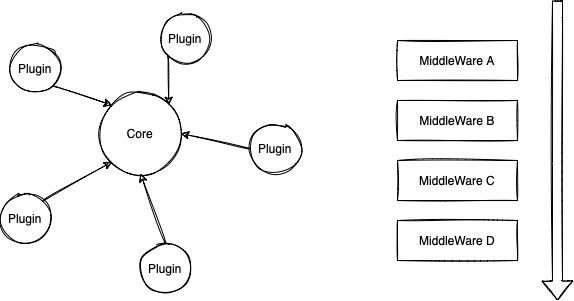
Above: express Diagram.drawio.png in chankamlam/demo (draw.io), before the change. Source tidied: cells renumbered, new cells last; positions are measured from the earlier drawing's top-left corner, leaving out a move shared by most shapes. Its diagram source:
```xml
<mxGraphModel>
  <root>
    <mxCell id="0" />
    <mxCell id="1" parent="0" />
    <mxCell id="2" value="Core" style="ellipse;whiteSpace=wrap;html=1;sketch=1;rounded=0;" parent="1" vertex="1">
      <mxGeometry x="100" y="93" width="80" height="80" as="geometry" />
    </mxCell>
    <mxCell id="3" value="Plugin" style="ellipse;whiteSpace=wrap;html=1;sketch=1;rounded=0;" parent="1" vertex="1">
      <mxGeometry x="10" y="43" width="50" height="50" as="geometry" />
    </mxCell>
    <mxCell id="4" value="Plugin" style="ellipse;whiteSpace=wrap;html=1;sketch=1;rounded=0;" parent="1" vertex="1">
      <mxGeometry x="160" y="13" width="50" height="50" as="geometry" />
    </mxCell>
    <mxCell id="5" value="Plugin" style="ellipse;whiteSpace=wrap;html=1;sketch=1;rounded=0;" parent="1" vertex="1">
      <mxGeometry y="193" width="50" height="50" as="geometry" />
    </mxCell>
    <mxCell id="6" value="Plugin" style="ellipse;whiteSpace=wrap;html=1;sketch=1;rounded=0;" parent="1" vertex="1">
      <mxGeometry x="140" y="243" width="50" height="50" as="geometry" />
    </mxCell>
    <mxCell id="7" value="Plugin" style="ellipse;whiteSpace=wrap;html=1;sketch=1;rounded=0;" parent="1" vertex="1">
      <mxGeometry x="250" y="123" width="50" height="50" as="geometry" />
    </mxCell>
    <mxCell id="8" style="endArrow=classic;html=1;rounded=0;exitX=0;exitY=1;exitDx=0;exitDy=0;entryX=1;entryY=0;entryDx=0;entryDy=0;sketch=1;curved=1;" parent="1" edge="1" source="4" target="2">
      <mxGeometry relative="1" as="geometry" />
    </mxCell>
    <mxCell id="9" style="endArrow=classic;html=1;rounded=0;exitX=1;exitY=1;exitDx=0;exitDy=0;entryX=0;entryY=0;entryDx=0;entryDy=0;sketch=1;curved=1;" parent="1" edge="1" source="3" target="2">
      <mxGeometry relative="1" as="geometry" />
    </mxCell>
    <mxCell id="10" style="endArrow=classic;html=1;rounded=0;exitX=0;exitY=0.5;exitDx=0;exitDy=0;entryX=1;entryY=0.5;entryDx=0;entryDy=0;sketch=1;curved=1;" parent="1" edge="1" source="7" target="2">
      <mxGeometry relative="1" as="geometry" />
    </mxCell>
    <mxCell id="11" style="endArrow=classic;html=1;rounded=0;exitX=1;exitY=0;exitDx=0;exitDy=0;entryX=0;entryY=1;entryDx=0;entryDy=0;sketch=1;curved=1;" parent="1" edge="1" source="5" target="2">
      <mxGeometry relative="1" as="geometry" />
    </mxCell>
    <mxCell id="12" style="endArrow=classic;html=1;rounded=0;exitX=0.5;exitY=0;exitDx=0;exitDy=0;entryX=0.5;entryY=1;entryDx=0;entryDy=0;sketch=1;curved=1;" parent="1" edge="1" source="6" target="2">
      <mxGeometry relative="1" as="geometry" />
    </mxCell>
    <mxCell id="13" value="MiddleWare A" style="rounded=0;whiteSpace=wrap;html=1;sketch=1;" parent="1" vertex="1">
      <mxGeometry x="397" y="40" width="120" height="40" as="geometry" />
    </mxCell>
    <mxCell id="14" value="MiddleWare B" style="rounded=0;whiteSpace=wrap;html=1;sketch=1;" parent="1" vertex="1">
      <mxGeometry x="397" y="100" width="120" height="40" as="geometry" />
    </mxCell>
    <mxCell id="15" value="MiddleWare C" style="rounded=0;whiteSpace=wrap;html=1;sketch=1;" parent="1" vertex="1">
      <mxGeometry x="397" y="160" width="120" height="40" as="geometry" />
    </mxCell>
    <mxCell id="16" value="MiddleWare D" style="rounded=0;whiteSpace=wrap;html=1;sketch=1;" parent="1" vertex="1">
      <mxGeometry x="397" y="220" width="120" height="40" as="geometry" />
    </mxCell>
    <mxCell id="17" style="shape=flexArrow;endArrow=classic;html=1;sketch=1;curved=1;" parent="1" edge="1">
      <mxGeometry relative="1" as="geometry">
        <mxPoint x="557" as="sourcePoint" />
        <mxPoint x="557" y="300" as="targetPoint" />
      </mxGeometry>
    </mxCell>
  </root>
</mxGraphModel>
```
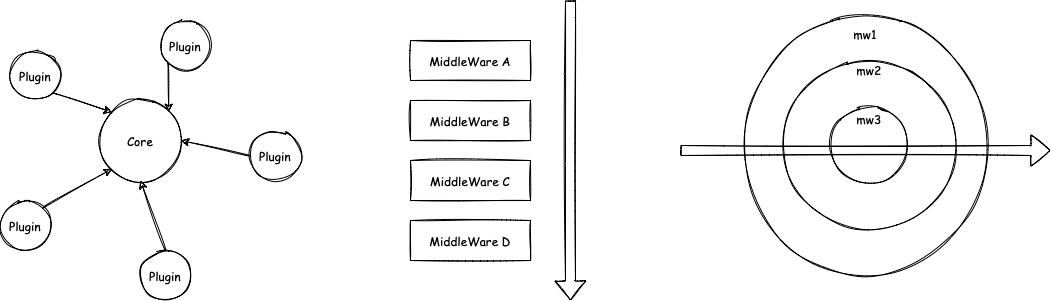
After the commit.

The edit, as a diff of the source:
```diff
@@ -2,56 +2,71 @@
   <root>
     <mxCell id="0" />
     <mxCell id="1" parent="0" />
-    <mxCell id="2" value="Core" style="ellipse;whiteSpace=wrap;html=1;sketch=1;rounded=0;" parent="1" vertex="1">
+    <mxCell id="2" value="Core" style="ellipse;whiteSpace=wrap;html=1;sketch=1;rounded=0;fontFamily=Comic Sans MS;" parent="1" vertex="1">
       <mxGeometry x="100" y="93" width="80" height="80" as="geometry" />
     </mxCell>
-    <mxCell id="3" value="Plugin" style="ellipse;whiteSpace=wrap;html=1;sketch=1;rounded=0;" parent="1" vertex="1">
+    <mxCell id="3" value="Plugin" style="ellipse;whiteSpace=wrap;html=1;sketch=1;rounded=0;fontFamily=Comic Sans MS;" parent="1" vertex="1">
       <mxGeometry x="10" y="43" width="50" height="50" as="geometry" />
     </mxCell>
-    <mxCell id="4" value="Plugin" style="ellipse;whiteSpace=wrap;html=1;sketch=1;rounded=0;" parent="1" vertex="1">
+    <mxCell id="4" value="Plugin" style="ellipse;whiteSpace=wrap;html=1;sketch=1;rounded=0;fontFamily=Comic Sans MS;" parent="1" vertex="1">
       <mxGeometry x="160" y="13" width="50" height="50" as="geometry" />
     </mxCell>
-    <mxCell id="5" value="Plugin" style="ellipse;whiteSpace=wrap;html=1;sketch=1;rounded=0;" parent="1" vertex="1">
+    <mxCell id="5" value="Plugin" style="ellipse;whiteSpace=wrap;html=1;sketch=1;rounded=0;fontFamily=Comic Sans MS;" parent="1" vertex="1">
       <mxGeometry y="193" width="50" height="50" as="geometry" />
     </mxCell>
-    <mxCell id="6" value="Plugin" style="ellipse;whiteSpace=wrap;html=1;sketch=1;rounded=0;" parent="1" vertex="1">
+    <mxCell id="6" value="Plugin" style="ellipse;whiteSpace=wrap;html=1;sketch=1;rounded=0;fontFamily=Comic Sans MS;" parent="1" vertex="1">
       <mxGeometry x="140" y="243" width="50" height="50" as="geometry" />
     </mxCell>
-    <mxCell id="7" value="Plugin" style="ellipse;whiteSpace=wrap;html=1;sketch=1;rounded=0;" parent="1" vertex="1">
+    <mxCell id="7" value="Plugin" style="ellipse;whiteSpace=wrap;html=1;sketch=1;rounded=0;fontFamily=Comic Sans MS;" parent="1" vertex="1">
       <mxGeometry x="250" y="123" width="50" height="50" as="geometry" />
     </mxCell>
-    <mxCell id="8" style="endArrow=classic;html=1;rounded=0;exitX=0;exitY=1;exitDx=0;exitDy=0;entryX=1;entryY=0;entryDx=0;entryDy=0;sketch=1;curved=1;" parent="1" edge="1" source="4" target="2">
+    <mxCell id="8" style="endArrow=classic;html=1;rounded=0;exitX=0;exitY=1;exitDx=0;exitDy=0;entryX=1;entryY=0;entryDx=0;entryDy=0;sketch=1;curved=1;fontFamily=Comic Sans MS;" parent="1" edge="1" source="4" target="2">
       <mxGeometry relative="1" as="geometry" />
     </mxCell>
-    <mxCell id="9" style="endArrow=classic;html=1;rounded=0;exitX=1;exitY=1;exitDx=0;exitDy=0;entryX=0;entryY=0;entryDx=0;entryDy=0;sketch=1;curved=1;" parent="1" edge="1" source="3" target="2">
+    <mxCell id="9" style="endArrow=classic;html=1;rounded=0;exitX=1;exitY=1;exitDx=0;exitDy=0;entryX=0;entryY=0;entryDx=0;entryDy=0;sketch=1;curved=1;fontFamily=Comic Sans MS;" parent="1" edge="1" source="3" target="2">
       <mxGeometry relative="1" as="geometry" />
     </mxCell>
-    <mxCell id="10" style="endArrow=classic;html=1;rounded=0;exitX=0;exitY=0.5;exitDx=0;exitDy=0;entryX=1;entryY=0.5;entryDx=0;entryDy=0;sketch=1;curved=1;" parent="1" edge="1" source="7" target="2">
+    <mxCell id="10" style="endArrow=classic;html=1;rounded=0;exitX=0;exitY=0.5;exitDx=0;exitDy=0;entryX=1;entryY=0.5;entryDx=0;entryDy=0;sketch=1;curved=1;fontFamily=Comic Sans MS;" parent="1" edge="1" source="7" target="2">
       <mxGeometry relative="1" as="geometry" />
     </mxCell>
-    <mxCell id="11" style="endArrow=classic;html=1;rounded=0;exitX=1;exitY=0;exitDx=0;exitDy=0;entryX=0;entryY=1;entryDx=0;entryDy=0;sketch=1;curved=1;" parent="1" edge="1" source="5" target="2">
+    <mxCell id="11" style="endArrow=classic;html=1;rounded=0;exitX=1;exitY=0;exitDx=0;exitDy=0;entryX=0;entryY=1;entryDx=0;entryDy=0;sketch=1;curved=1;fontFamily=Comic Sans MS;" parent="1" edge="1" source="5" target="2">
       <mxGeometry relative="1" as="geometry" />
     </mxCell>
-    <mxCell id="12" style="endArrow=classic;html=1;rounded=0;exitX=0.5;exitY=0;exitDx=0;exitDy=0;entryX=0.5;entryY=1;entryDx=0;entryDy=0;sketch=1;curved=1;" parent="1" edge="1" source="6" target="2">
+    <mxCell id="12" style="endArrow=classic;html=1;rounded=0;exitX=0.5;exitY=0;exitDx=0;exitDy=0;entryX=0.5;entryY=1;entryDx=0;entryDy=0;sketch=1;curved=1;fontFamily=Comic Sans MS;" parent="1" edge="1" source="6" target="2">
       <mxGeometry relative="1" as="geometry" />
     </mxCell>
-    <mxCell id="13" value="MiddleWare A" style="rounded=0;whiteSpace=wrap;html=1;sketch=1;" parent="1" vertex="1">
-      <mxGeometry x="397" y="40" width="120" height="40" as="geometry" />
+    <mxCell id="13" value="MiddleWare A" style="rounded=0;whiteSpace=wrap;html=1;sketch=1;fontFamily=Comic Sans MS;" parent="1" vertex="1">
+      <mxGeometry x="410" y="33" width="120" height="40" as="geometry" />
     </mxCell>
-    <mxCell id="14" value="MiddleWare B" style="rounded=0;whiteSpace=wrap;html=1;sketch=1;" parent="1" vertex="1">
-      <mxGeometry x="397" y="100" width="120" height="40" as="geometry" />
+    <mxCell id="14" value="MiddleWare B" style="rounded=0;whiteSpace=wrap;html=1;sketch=1;fontFamily=Comic Sans MS;" parent="1" vertex="1">
+      <mxGeometry x="410" y="93" width="120" height="40" as="geometry" />
     </mxCell>
-    <mxCell id="15" value="MiddleWare C" style="rounded=0;whiteSpace=wrap;html=1;sketch=1;" parent="1" vertex="1">
-      <mxGeometry x="397" y="160" width="120" height="40" as="geometry" />
+    <mxCell id="15" value="MiddleWare C" style="rounded=0;whiteSpace=wrap;html=1;sketch=1;fontFamily=Comic Sans MS;" parent="1" vertex="1">
+      <mxGeometry x="410" y="153" width="120" height="40" as="geometry" />
     </mxCell>
-    <mxCell id="16" value="MiddleWare D" style="rounded=0;whiteSpace=wrap;html=1;sketch=1;" parent="1" vertex="1">
-      <mxGeometry x="397" y="220" width="120" height="40" as="geometry" />
+    <mxCell id="16" value="MiddleWare D" style="rounded=0;whiteSpace=wrap;html=1;sketch=1;fontFamily=Comic Sans MS;" parent="1" vertex="1">
+      <mxGeometry x="410" y="213" width="120" height="40" as="geometry" />
     </mxCell>
-    <mxCell id="17" style="shape=flexArrow;endArrow=classic;html=1;sketch=1;curved=1;" parent="1" edge="1">
+    <mxCell id="17" style="shape=flexArrow;endArrow=classic;html=1;sketch=1;curved=1;rounded=0;fontFamily=Comic Sans MS;" parent="1" edge="1">
       <mxGeometry relative="1" as="geometry">
-        <mxPoint x="557" as="sourcePoint" />
-        <mxPoint x="557" y="300" as="targetPoint" />
+        <mxPoint x="570" y="-7" as="sourcePoint" />
+        <mxPoint x="570" y="293" as="targetPoint" />
       </mxGeometry>
     </mxCell>
+    <mxCell id="18" value="mw1" style="ellipse;whiteSpace=wrap;html=1;verticalAlign=top;sketch=1;rounded=0;fontFamily=Comic Sans MS;" parent="1" vertex="1">
+      <mxGeometry x="740" y="13" width="250" height="250" as="geometry" />
+    </mxCell>
+    <mxCell id="19" value="mw2" style="ellipse;whiteSpace=wrap;html=1;verticalAlign=top;sketch=1;rounded=0;fontFamily=Comic Sans MS;" parent="1" vertex="1">
+      <mxGeometry x="780" y="49.2" width="177.5" height="177.5" as="geometry" />
+    </mxCell>
+    <mxCell id="20" value="mw3" style="ellipse;whiteSpace=wrap;html=1;verticalAlign=top;sketch=1;rounded=0;fontFamily=Comic Sans MS;" parent="1" vertex="1">
+      <mxGeometry x="829" y="98" width="80" height="80" as="geometry" />
+    </mxCell>
+    <mxCell id="21" style="shape=flexArrow;endArrow=classic;html=1;rounded=0;sketch=1;curved=1;fontFamily=Comic Sans MS;" parent="1" edge="1">
+      <mxGeometry relative="1" as="geometry">
+        <mxPoint x="680" y="143" as="sourcePoint" />
+        <mxPoint x="1050" y="143" as="targetPoint" />
+      </mxGeometry>
+    </mxCell>
   </root>
 </mxGraphModel>
```
